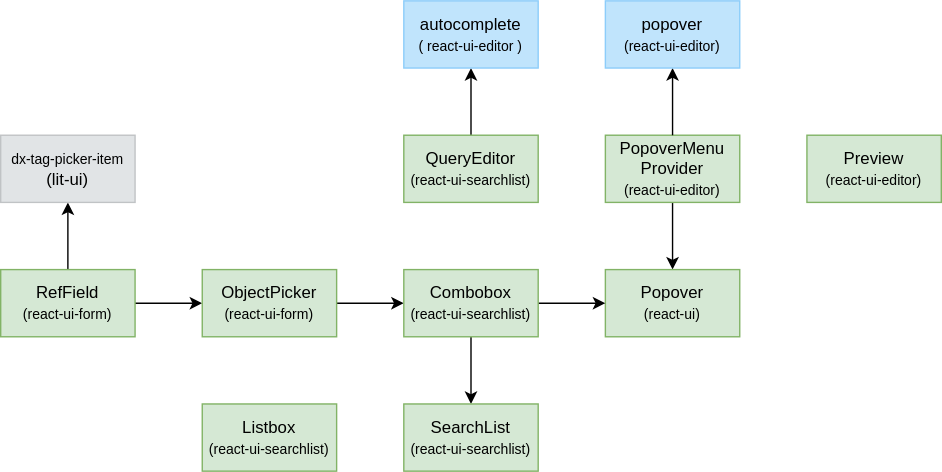
The draw.io diagram packages/ui/react-ui-components/docs/components.drawio.svg in dxos/dxos, before a commit. Source tidied: cells renumbered, new cells last; positions are measured from the earlier drawing's top-left corner, leaving out a move shared by most shapes.
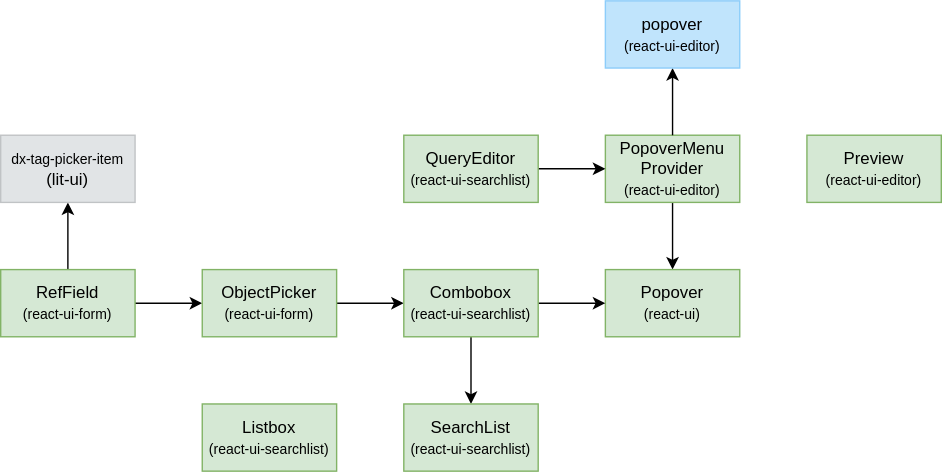
Above is the later version.

Commit message:
refactor: rename variables and improve code readability in markdown editor components

Change to the diagram source:
```diff
@@ -41,15 +41,12 @@
     <mxCell id="14" value="SearchList&lt;br&gt;&lt;font style=&quot;font-size: 10px;&quot;&gt;(react-ui-searchlist)&lt;/font&gt;" style="rounded=0;whiteSpace=wrap;html=1;fillColor=#d5e8d4;strokeColor=#82b366;" parent="1" vertex="1">
       <mxGeometry x="288" y="288" width="96" height="48" as="geometry" />
     </mxCell>
-    <mxCell id="15" style="edgeStyle=none;html=1;" parent="1" edge="1" source="16" target="17">
-      <mxGeometry relative="1" as="geometry" />
-    </mxCell>
+    <mxCell id="22" style="edgeStyle=none;html=1;exitX=1;exitY=0.5;exitDx=0;exitDy=0;" parent="1" edge="1" source="16" target="9">
+      <mxGeometry relative="1" as="geometry" />
+    </mxCell>
     <mxCell id="16" value="QueryEditor&lt;br&gt;&lt;font style=&quot;font-size: 10px;&quot;&gt;(react-ui-searchlist)&lt;/font&gt;" style="rounded=0;whiteSpace=wrap;html=1;fillColor=#d5e8d4;strokeColor=#82b366;" parent="1" vertex="1">
       <mxGeometry x="288" y="96" width="96" height="48" as="geometry" />
     </mxCell>
-    <mxCell id="17" value="autocomplete&lt;br&gt;&lt;font style=&quot;font-size: 10px;&quot;&gt;(&lt;font style=&quot;&quot;&gt;react-ui-editor&lt;/font&gt;)&lt;/font&gt;" style="rounded=0;whiteSpace=wrap;html=1;fillColor=#C0E4FC;fontColor=#000000;strokeColor=#8DCDFA;" parent="1" vertex="1">
-      <mxGeometry x="288" width="96" height="48" as="geometry" />
-    </mxCell>
     <mxCell id="18" value="Preview&lt;br&gt;&lt;font style=&quot;font-size: 10px;&quot;&gt;(react-ui-editor)&lt;/font&gt;" style="rounded=0;whiteSpace=wrap;html=1;fillColor=#d5e8d4;strokeColor=#82b366;" parent="1" vertex="1">
       <mxGeometry x="576" y="96" width="96" height="48" as="geometry" />
     </mxCell>
```
